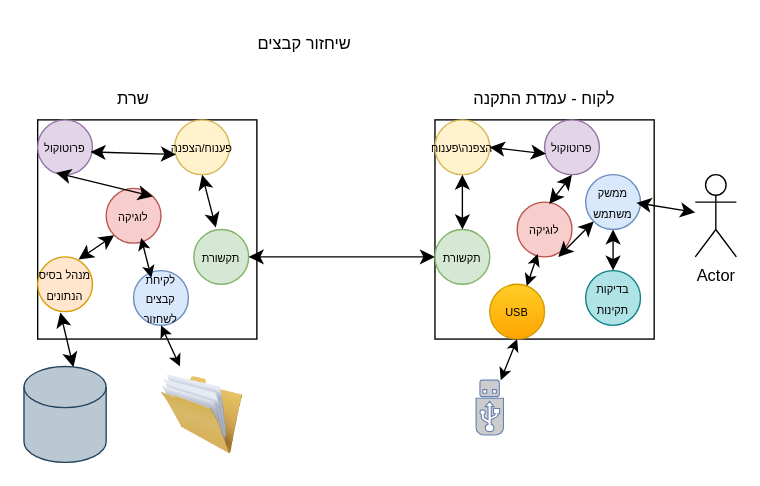
Above: draws/draw actions/שיחזור קבצים.drawio in Eyalen22/Project (draw.io), before the change. Source tidied: cells renumbered, new cells numbered last; positions are measured from the earlier drawing's top-left corner, leaving out a move shared by most shapes. Both pictures are drawn from the tidied source at 137%, with x=0, y=0 at pixel (23, 23).
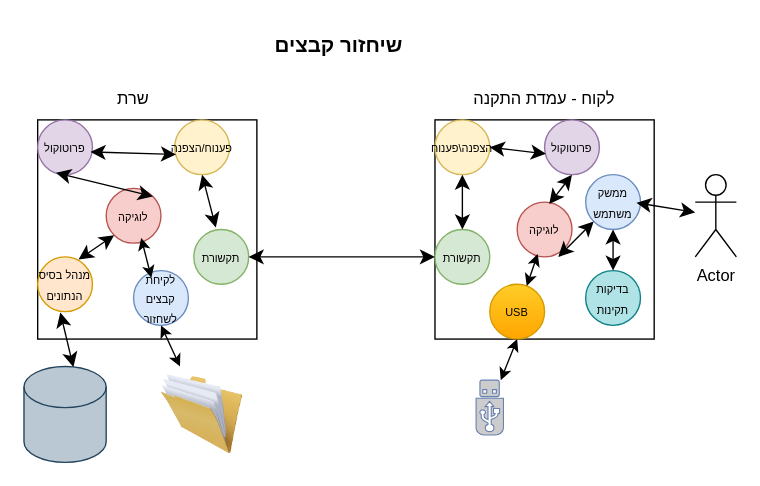
Above is the later version.

What changed in the source:
```diff
@@
-    <mxCell id="2" value="שיחזור קבצים" style="text;html=1;whiteSpace=wrap;strokeColor=none;fillColor=none;align=center;verticalAlign=middle;rounded=0;" parent="1" vertex="1">
-      <mxGeometry x="130" width="150" height="30" as="geometry" />
+    <mxCell id="2" value="&lt;font style=&quot;font-size: 15px;&quot;&gt;&lt;b&gt;שיחזור קבצים&lt;/b&gt;&lt;/font&gt;" style="text;html=1;whiteSpace=wrap;strokeColor=none;fillColor=none;align=center;verticalAlign=middle;rounded=0;" parent="1" vertex="1">
+      <mxGeometry x="155" width="150" height="30" as="geometry" />
     </mxCell>
```
